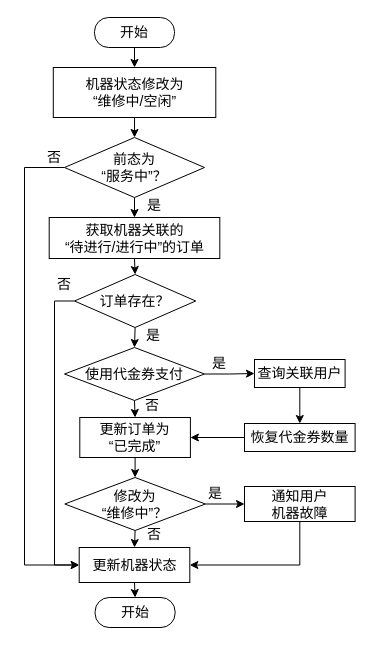
This is 机器状态设置流程图.drawio from mochaDMQ/myPicture, a draw.io file, before an edit. Source tidied: cells renumbered, new cells numbered last; positions are measured from the earlier drawing's top-left corner, leaving out a move shared by most shapes. Both pictures are drawn from the tidied source at 100%, with x=0, y=0 at pixel (24, 17).
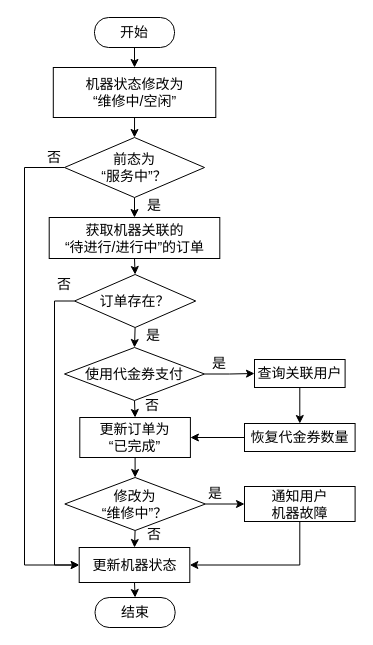
Above is the later version.

Commit message:
更新机器状态设置流程图.drawio

The edit, as a diff of the source:
```diff
@@
-    <mxCell id="30" value="开始" style="rounded=1;whiteSpace=wrap;html=1;fontSize=14;glass=0;strokeWidth=1;shadow=0;arcSize=47;fontFamily=宋体;" parent="1" vertex="1">
+    <mxCell id="30" value="结束" style="rounded=1;whiteSpace=wrap;html=1;fontSize=14;glass=0;strokeWidth=1;shadow=0;arcSize=47;fontFamily=宋体;" parent="1" vertex="1">
       <mxGeometry x="70.6" y="580" width="80" height="30" as="geometry" />
     </mxCell>
```
